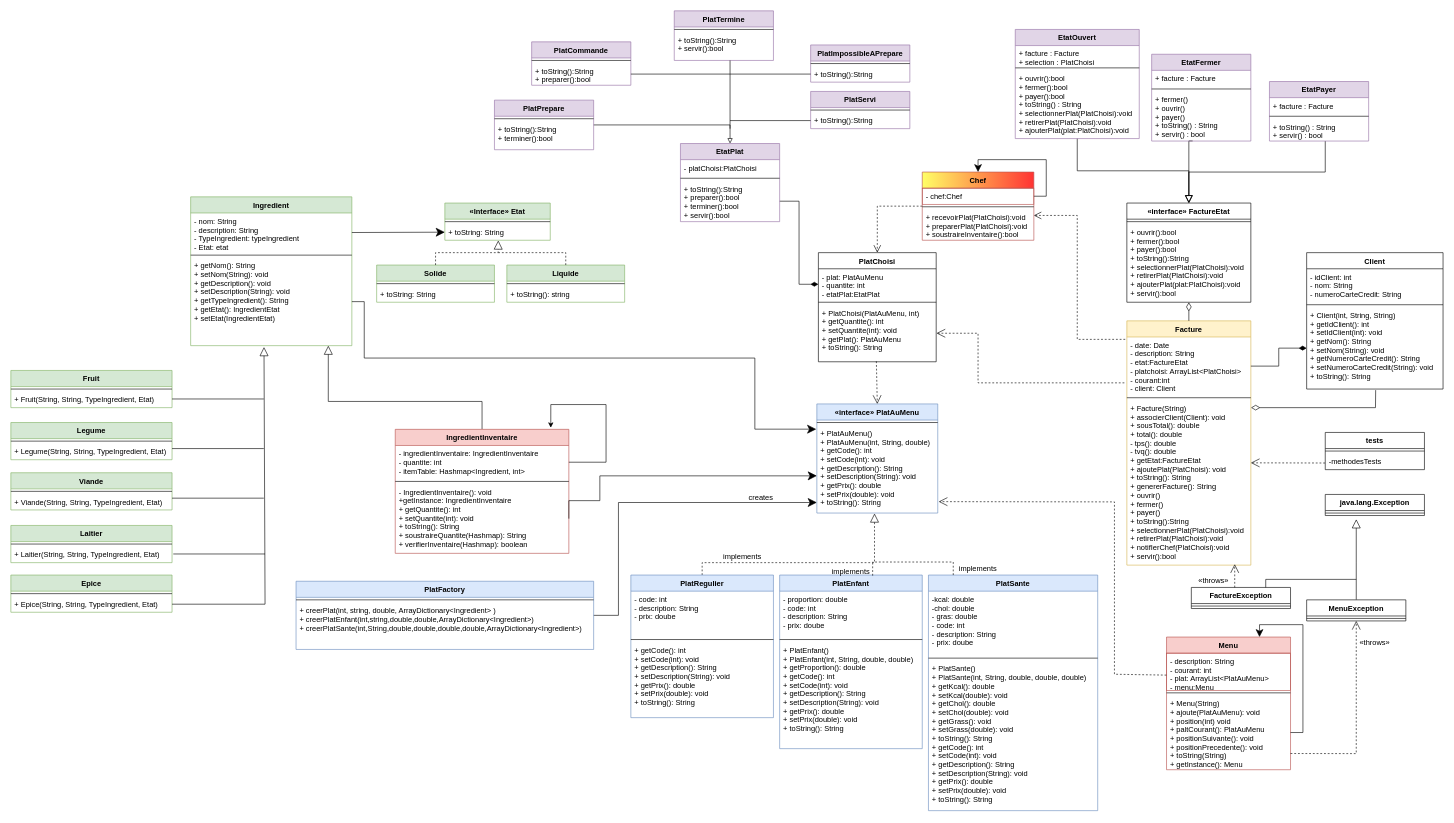
This is page "Page-1" (1 of 2) of MenuFact02.drawio from TaupePoilue/MenuFact02, a draw.io file, before an edit. Source tidied: cells renumbered, new cells numbered last; positions are measured from the earlier drawing's top-left corner, leaving out a move shared by most shapes. Both pictures are drawn from the tidied source at 62%, with x=0, y=0 at pixel (11, 11).
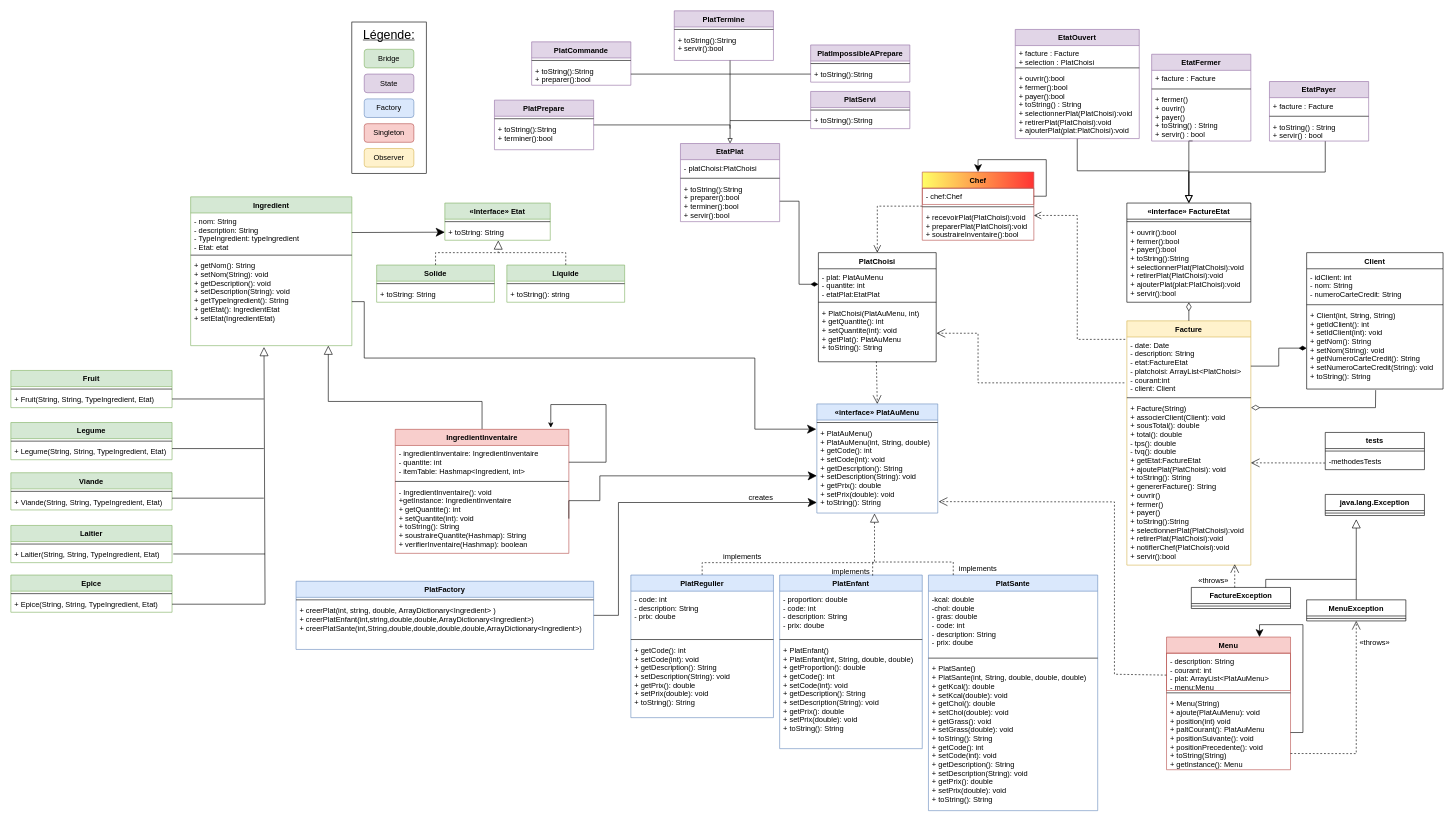
The same diagram, later.

The edit, as a diff of the source:
```diff
@@
+    <mxCell id="161" value="Bridge" style="rounded=1;whiteSpace=wrap;html=1;fillColor=#d5e8d4;strokeColor=#82b366;" parent="1" vertex="1">
+      <mxGeometry x="570" y="62" width="80" height="30" as="geometry" />
+    </mxCell>
+    <mxCell id="162" value="State" style="rounded=1;whiteSpace=wrap;html=1;fillColor=#e1d5e7;strokeColor=#9673a6;" parent="1" vertex="1">
+      <mxGeometry x="570" y="102" width="80" height="30" as="geometry" />
+    </mxCell>
+    <mxCell id="163" value="Factory" style="rounded=1;whiteSpace=wrap;html=1;fillColor=#dae8fc;strokeColor=#6c8ebf;" parent="1" vertex="1">
+      <mxGeometry x="570" y="142" width="80" height="30" as="geometry" />
+    </mxCell>
+    <mxCell id="164" value="Singleton" style="rounded=1;whiteSpace=wrap;html=1;fillColor=#f8cecc;strokeColor=#b85450;" parent="1" vertex="1">
+      <mxGeometry x="570" y="182" width="80" height="30" as="geometry" />
+    </mxCell>
+    <mxCell id="165" value="Observer" style="rounded=1;whiteSpace=wrap;html=1;fillColor=#fff2cc;strokeColor=#d6b656;" parent="1" vertex="1">
+      <mxGeometry x="570" y="222" width="80" height="30" as="geometry" />
+    </mxCell>
+    <mxCell id="166" style="rounded=0;whiteSpace=wrap;html=1;fillColor=none;" parent="1" vertex="1">
+      <mxGeometry x="550" y="18" width="120" height="244" as="geometry" />
+    </mxCell>
+    <mxCell id="167" value="&lt;u&gt;&lt;font style=&quot;font-size: 20px&quot;&gt;Légende:&lt;/font&gt;&lt;/u&gt;" style="text;html=1;strokeColor=none;fillColor=none;align=center;verticalAlign=middle;whiteSpace=wrap;rounded=0;" parent="1" vertex="1">
+      <mxGeometry x="580" y="28" width="60" height="20" as="geometry" />
+    </mxCell>
```
